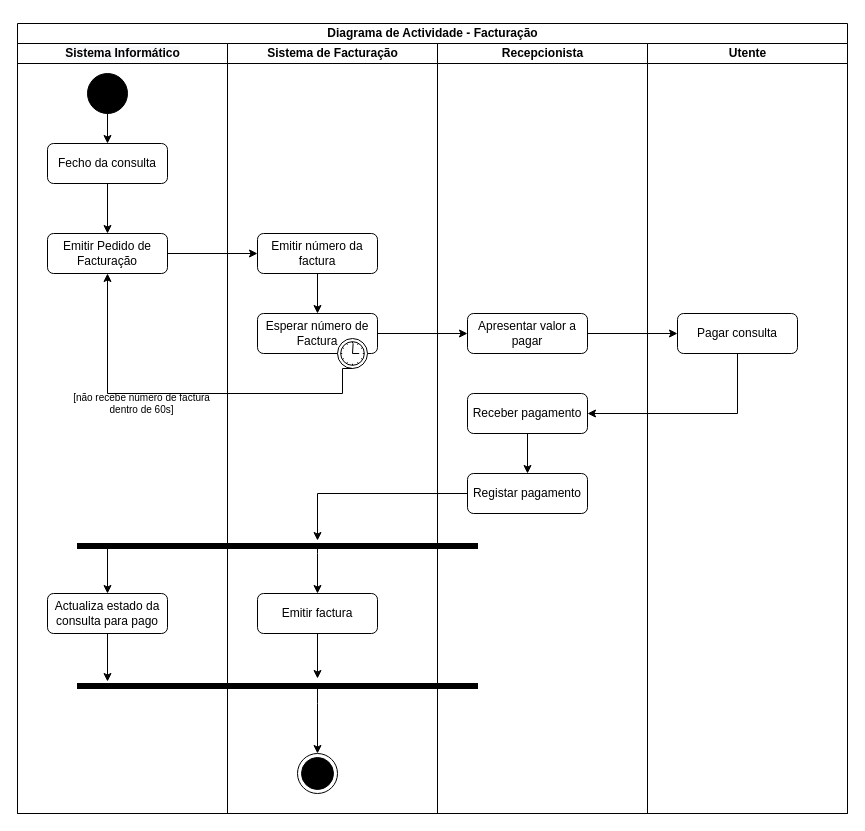
Earlier version of the draw.io diagram page "Facturação" (4 of 6) of Diagramas de actividades.drawio (carlan92/Hospital_Management_System). Source tidied: cells renumbered, new cells numbered last; positions are measured from the earlier drawing's top-left corner, leaving out a move shared by most shapes. Both pictures are drawn from the tidied source at 100%, with x=0, y=0 at pixel (17, 23).
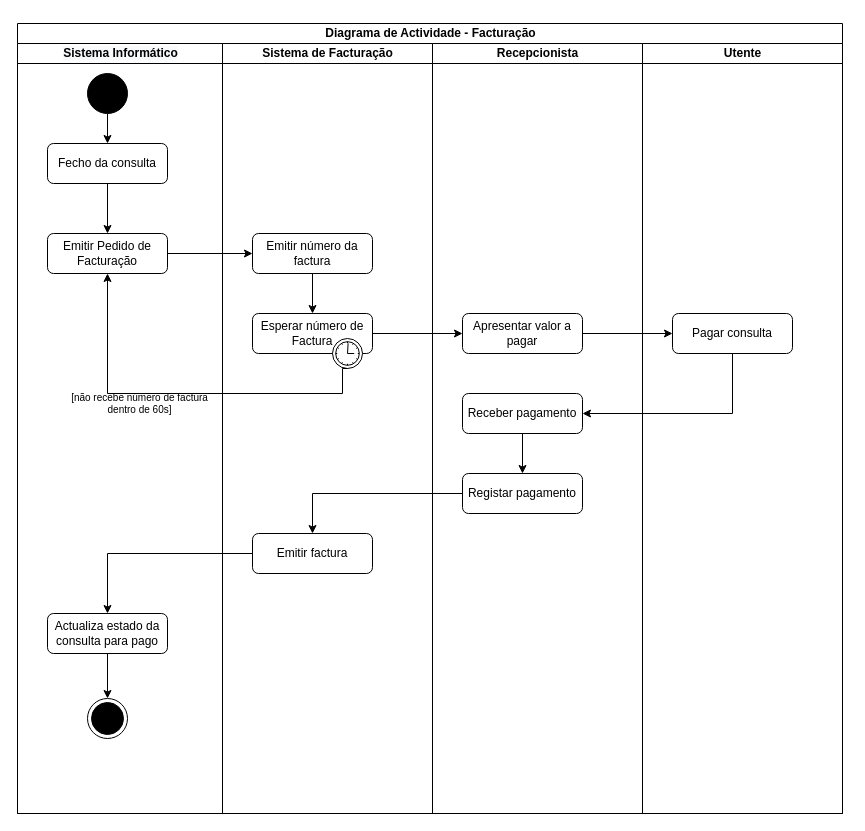
After the change.

Unchanged cells that the change refers to:
```xml
<mxCell id="24" value="Registar pagamento" style="rounded=1;whiteSpace=wrap;html=1;" parent="22" vertex="1">
  <mxGeometry x="30" y="430" width="120" height="40" as="geometry" />
</mxCell>
```

Change to the diagram source:
```diff
@@
     <mxCell id="2" value="Diagrama de Actividade - Facturação" style="swimlane;html=1;startSize=20;" parent="1" vertex="1">
-      <mxGeometry width="830" height="790" as="geometry" />
+      <mxGeometry width="825" height="790" as="geometry" />
     </mxCell>
     <mxCell id="3" value="&#10;&#10;&lt;span style=&quot;color: rgb(0, 0, 0); font-family: helvetica; font-size: 12px; font-style: normal; font-weight: 700; letter-spacing: normal; text-align: center; text-indent: 0px; text-transform: none; word-spacing: 0px; background-color: rgb(248, 249, 250); display: inline; float: none;&quot;&gt;Sistema Informático&lt;/span&gt;&#10;&#10;" style="swimlane;html=1;startSize=20;" parent="2" vertex="1">
-      <mxGeometry y="20" width="210" height="770" as="geometry" />
+      <mxGeometry y="20" width="205" height="770" as="geometry" />
     </mxCell>
@@
     <mxCell id="9" value="Actualiza estado da consulta para pago" style="rounded=1;whiteSpace=wrap;html=1;strokeColor=#000000;fillColor=#FFFFFF;" parent="3" vertex="1">
-      <mxGeometry x="30" y="550" width="120" height="40" as="geometry" />
+      <mxGeometry x="30" y="570" width="120" height="40" as="geometry" />
     </mxCell>
+    <mxCell id="16" style="edgeStyle=orthogonalEdgeStyle;rounded=0;jettySize=auto;html=1;entryX=0.5;entryY=0;entryDx=0;entryDy=0;exitX=0.5;exitY=1;exitDx=0;exitDy=0;" parent="3" edge="1" source="9" target="18">
+      <mxGeometry relative="1" as="geometry" />
+    </mxCell>
+    <mxCell id="18" style="ellipse;html=1;shape=endState;fillColor=#000000;" parent="3" vertex="1">
+      <mxGeometry x="70" y="655" width="40" height="40" as="geometry" />
+    </mxCell>
     <mxCell id="10" value="Sistema de Facturação" style="swimlane;html=1;startSize=20;" parent="2" vertex="1">
-      <mxGeometry x="210" y="20" width="210" height="770" as="geometry" />
+      <mxGeometry x="205" y="20" width="210" height="770" as="geometry" />
     </mxCell>
@@
-    <mxCell id="12" style="edgeStyle=orthogonalEdgeStyle;rounded=0;jettySize=auto;html=1;entryX=0.6;entryY=-1;entryDx=0;entryDy=0;entryPerimeter=0;" parent="10" edge="1" source="13" target="17">
-      <mxGeometry relative="1" as="geometry" />
-    </mxCell>
     <mxCell id="13" value="Emitir factura" style="rounded=1;whiteSpace=wrap;html=1;" parent="10" vertex="1">
-      <mxGeometry x="30" y="550" width="120" height="40" as="geometry" />
+      <mxGeometry x="30" y="490" width="120" height="40" as="geometry" />
     </mxCell>
-    <mxCell id="14" style="edgeStyle=orthogonalEdgeStyle;rounded=0;jettySize=auto;html=1;entryX=0.5;entryY=0;entryDx=0;entryDy=0;" parent="10" edge="1" source="15" target="13">
-      <mxGeometry relative="1" as="geometry">
-        <Array as="points">
-          <mxPoint x="90" y="510" />
-          <mxPoint x="90" y="510" />
-        </Array>
-      </mxGeometry>
-    </mxCell>
-    <mxCell id="15" style="rounded=0;whiteSpace=wrap;html=1;strokeColor=#000000;fillColor=#000000;" parent="10" vertex="1">
-      <mxGeometry x="-150" y="500" width="400" height="5" as="geometry" />
-    </mxCell>
-    <mxCell id="16" style="edgeStyle=orthogonalEdgeStyle;rounded=0;jettySize=auto;html=1;entryX=0.5;entryY=0;entryDx=0;entryDy=0;" parent="10" edge="1" source="17" target="18">
-      <mxGeometry relative="1" as="geometry">
-        <Array as="points">
-          <mxPoint x="90" y="660" />
-          <mxPoint x="90" y="660" />
-        </Array>
-      </mxGeometry>
-    </mxCell>
-    <mxCell id="17" style="rounded=0;whiteSpace=wrap;html=1;strokeColor=#000000;fillColor=#000000;" parent="10" vertex="1">
-      <mxGeometry x="-150" y="640" width="400" height="5" as="geometry" />
-    </mxCell>
-    <mxCell id="18" style="ellipse;html=1;shape=endState;fillColor=#000000;" parent="10" vertex="1">
-      <mxGeometry x="70" y="710" width="40" height="40" as="geometry" />
-    </mxCell>
@@
     <mxCell id="22" value="Recepcionista" style="swimlane;html=1;startSize=20;" parent="2" vertex="1">
-      <mxGeometry x="420" y="20" width="210" height="770" as="geometry" />
+      <mxGeometry x="415" y="20" width="210" height="770" as="geometry" />
     </mxCell>
@@
     <mxCell id="29" value="Utente" style="swimlane;html=1;startSize=20;" parent="2" vertex="1">
-      <mxGeometry x="630" y="20" width="200" height="770" as="geometry" />
+      <mxGeometry x="625" y="20" width="200" height="770" as="geometry" />
     </mxCell>
@@
-    <mxCell id="34" style="edgeStyle=orthogonalEdgeStyle;rounded=0;jettySize=auto;html=1;entryX=0.5;entryY=0;entryDx=0;entryDy=0;exitX=0.25;exitY=1;exitDx=0;exitDy=0;" parent="2" edge="1" source="15" target="9">
+    <mxCell id="34" style="edgeStyle=orthogonalEdgeStyle;rounded=0;jettySize=auto;html=1;entryX=0.5;entryY=0;entryDx=0;entryDy=0;exitX=0;exitY=0.5;exitDx=0;exitDy=0;" parent="2" edge="1" source="13" target="9">
       <mxGeometry relative="1" as="geometry">
         <Array as="points">
-          <mxPoint x="90" y="525" />
+          <mxPoint x="90" y="530" />
         </Array>
       </mxGeometry>
     </mxCell>
-    <mxCell id="35" style="edgeStyle=orthogonalEdgeStyle;rounded=0;jettySize=auto;html=1;entryX=0.075;entryY=-0.4;entryDx=0;entryDy=0;entryPerimeter=0;" parent="2" edge="1" source="9" target="17">
-      <mxGeometry relative="1" as="geometry" />
-    </mxCell>
-    <mxCell id="36" style="edgeStyle=orthogonalEdgeStyle;rounded=0;jettySize=auto;html=1;entryX=0.6;entryY=-0.6;entryDx=0;entryDy=0;entryPerimeter=0;" parent="2" edge="1" source="24" target="15">
-      <mxGeometry relative="1" as="geometry">
-        <Array as="points">
-          <mxPoint x="300" y="470" />
-        </Array>
-      </mxGeometry>
-    </mxCell>
+    <mxCell id="37" style="edgeStyle=orthogonalEdgeStyle;rounded=0;jettySize=auto;html=1;exitX=0;exitY=0.5;exitDx=0;exitDy=0;entryX=0.5;entryY=0;entryDx=0;entryDy=0;" parent="2" edge="1" source="24" target="13">
+      <mxGeometry relative="1" as="geometry" />
+    </mxCell>
```
